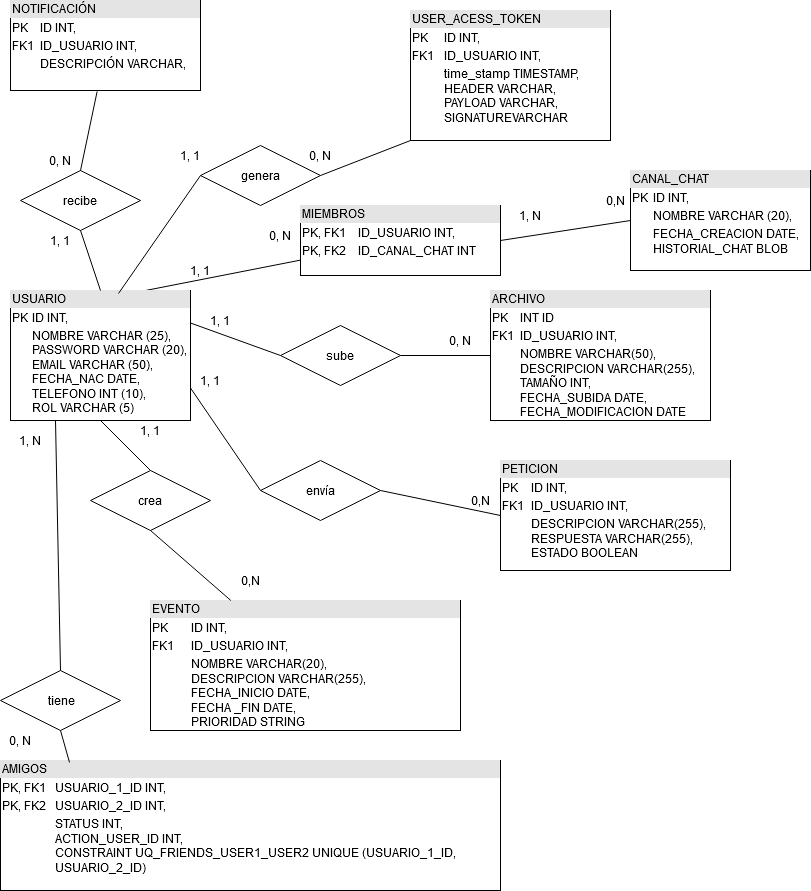
Earlier version of the draw.io export resources/modelo_datos_gamerHub.png (iesvi/proyecto-equipo-3). Source tidied: cells renumbered, new cells last; positions are measured from the earlier drawing's top-left corner, leaving out a move shared by most shapes.
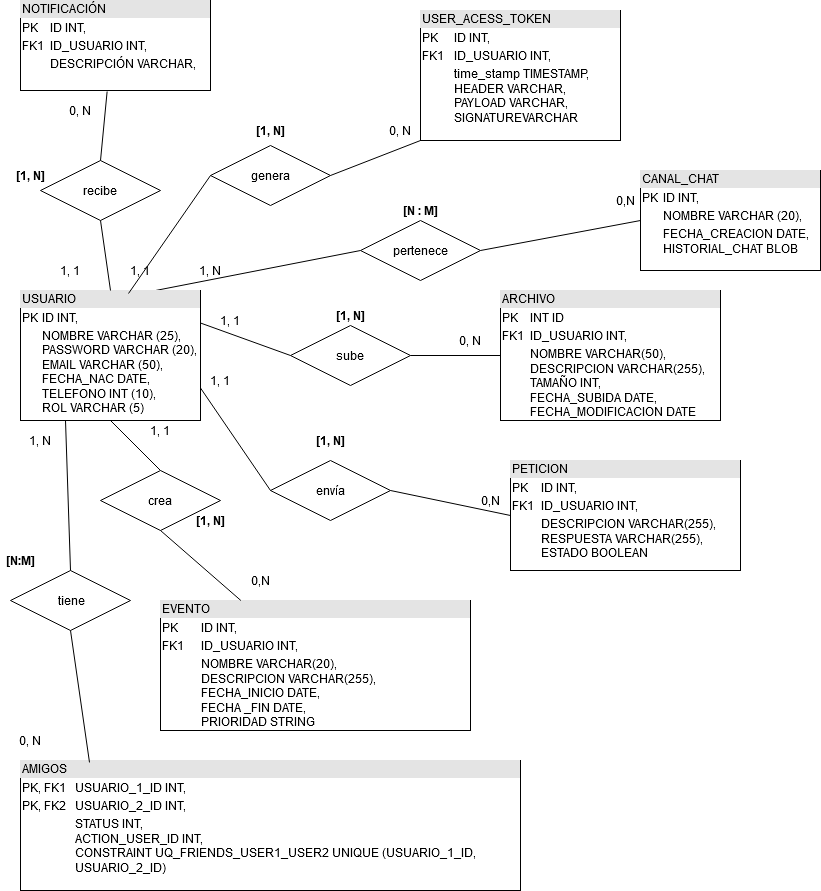
After the commit.

What changed in the source:
```diff
@@ -2,7 +2,7 @@
   <root>
     <mxCell id="0" />
     <mxCell id="1" parent="0" />
-    <mxCell id="2" style="edgeStyle=none;rounded=0;jettySize=auto;html=1;exitX=0.75;exitY=0;exitDx=0;exitDy=0;endArrow=none;endFill=0;" parent="1" edge="1" source="3" target="5">
+    <mxCell id="2" style="edgeStyle=none;rounded=0;jettySize=auto;html=1;exitX=0.75;exitY=0;exitDx=0;exitDy=0;endArrow=none;endFill=0;entryX=0;entryY=0.5;entryDx=0;entryDy=0;" parent="1" edge="1" source="3" target="49">
       <mxGeometry relative="1" as="geometry" />
     </mxCell>
     <mxCell id="3" value="&lt;div style=&quot;box-sizing: border-box ; width: 100% ; background: #e4e4e4 ; padding: 2px&quot;&gt;USUARIO&lt;/div&gt;&lt;table style=&quot;width: 100% ; font-size: 1em&quot; cellspacing=&quot;0&quot; cellpadding=&quot;2&quot;&gt;&lt;tbody&gt;&lt;tr&gt;&lt;td&gt;PK&lt;/td&gt;&lt;td&gt;ID INT,&lt;br&gt;&lt;/td&gt;&lt;/tr&gt;&lt;tr&gt;&lt;td&gt;&lt;br&gt;&lt;/td&gt;&lt;td&gt;NOMBRE VARCHAR (25),&lt;br&gt;PASSWORD VARCHAR (20),&lt;br&gt;EMAIL VARCHAR (50),&lt;br&gt;FECHA_NAC DATE,&lt;br&gt;TELEFONO INT (10),&lt;br&gt;ROL VARCHAR (5)&lt;br&gt;&lt;/td&gt;&lt;/tr&gt;&lt;tr&gt;&lt;td&gt;&lt;br&gt;&lt;/td&gt;&lt;td&gt;&lt;br&gt;&lt;/td&gt;&lt;/tr&gt;&lt;/tbody&gt;&lt;/table&gt;" style="verticalAlign=top;align=left;overflow=fill;html=1;" parent="1" vertex="1">
@@ -11,11 +11,8 @@
     <mxCell id="4" value="&lt;div style=&quot;box-sizing: border-box ; width: 100% ; background: #e4e4e4 ; padding: 2px&quot;&gt;CANAL_CHAT&lt;/div&gt;&lt;table style=&quot;width: 100% ; font-size: 1em&quot; cellspacing=&quot;0&quot; cellpadding=&quot;2&quot;&gt;&lt;tbody&gt;&lt;tr&gt;&lt;td&gt;PK&lt;/td&gt;&lt;td&gt;ID INT,&lt;br&gt;&lt;/td&gt;&lt;/tr&gt;&lt;tr&gt;&lt;td&gt;&lt;br&gt;&lt;/td&gt;&lt;td&gt;NOMBRE VARCHAR (20),&lt;br&gt;&lt;/td&gt;&lt;/tr&gt;&lt;tr&gt;&lt;td&gt;&lt;br&gt;&lt;/td&gt;&lt;td&gt;FECHA_CREACION DATE,&lt;br&gt;HISTORIAL_CHAT BLOB&lt;br&gt;&lt;/td&gt;&lt;/tr&gt;&lt;/tbody&gt;&lt;/table&gt;" style="verticalAlign=top;align=left;overflow=fill;html=1;" parent="1" vertex="1">
       <mxGeometry x="630" y="170" width="180" height="100" as="geometry" />
     </mxCell>
-    <mxCell id="5" value="&lt;div style=&quot;box-sizing: border-box ; width: 100% ; background: #e4e4e4 ; padding: 2px&quot;&gt;MIEMBROS&lt;/div&gt;&lt;table style=&quot;width: 100% ; font-size: 1em&quot; cellspacing=&quot;0&quot; cellpadding=&quot;2&quot;&gt;&lt;tbody&gt;&lt;tr&gt;&lt;td&gt;PK, FK1&lt;br&gt;&lt;/td&gt;&lt;td&gt;ID_USUARIO INT,&lt;br&gt;&lt;/td&gt;&lt;/tr&gt;&lt;tr&gt;&lt;td&gt;PK, FK2&lt;/td&gt;&lt;td&gt;ID_CANAL_CHAT INT&lt;br&gt;&lt;/td&gt;&lt;/tr&gt;&lt;tr&gt;&lt;td&gt;&lt;br&gt;&lt;/td&gt;&lt;td&gt;&lt;br&gt;&lt;/td&gt;&lt;/tr&gt;&lt;/tbody&gt;&lt;/table&gt;" style="verticalAlign=top;align=left;overflow=fill;html=1;" parent="1" vertex="1">
-      <mxGeometry x="300" y="205" width="200" height="70" as="geometry" />
-    </mxCell>
     <mxCell id="6" value="&lt;div style=&quot;box-sizing: border-box ; width: 100% ; background: #e4e4e4 ; padding: 2px&quot;&gt;AMIGOS&lt;/div&gt;&lt;table style=&quot;width: 100% ; font-size: 1em&quot; cellspacing=&quot;0&quot; cellpadding=&quot;2&quot;&gt;&lt;tbody&gt;&lt;tr&gt;&lt;td&gt;PK, FK1&lt;br&gt;&lt;/td&gt;&lt;td&gt;USUARIO_1_ID INT,&lt;br&gt;&lt;/td&gt;&lt;/tr&gt;&lt;tr&gt;&lt;td&gt;PK, FK2&lt;/td&gt;&lt;td&gt;USUARIO_2_ID INT,&lt;br&gt;&lt;/td&gt;&lt;/tr&gt;&lt;tr&gt;&lt;td&gt;&lt;br&gt;&lt;/td&gt;&lt;td&gt;STATUS INT,&lt;br&gt;ACTION_USER_ID INT,&lt;br&gt;CONSTRAINT UQ_FRIENDS_USER1_USER2 UNIQUE (USUARIO_1_ID,&lt;br&gt;USUARIO_2_ID)&lt;br&gt;&lt;/td&gt;&lt;/tr&gt;&lt;/tbody&gt;&lt;/table&gt;" style="verticalAlign=top;align=left;overflow=fill;html=1;" parent="1" vertex="1">
-      <mxGeometry y="760" width="500" height="130" as="geometry" />
+      <mxGeometry x="10" y="760" width="500" height="130" as="geometry" />
     </mxCell>
     <mxCell id="7" value="&lt;div style=&quot;box-sizing: border-box ; width: 100% ; background: #e4e4e4 ; padding: 2px&quot;&gt;EVENTO&lt;/div&gt;&lt;table style=&quot;width: 100% ; font-size: 1em&quot; cellspacing=&quot;0&quot; cellpadding=&quot;2&quot;&gt;&lt;tbody&gt;&lt;tr&gt;&lt;td&gt;PK&lt;/td&gt;&lt;td&gt;ID INT,&lt;br&gt;&lt;/td&gt;&lt;/tr&gt;&lt;tr&gt;&lt;td&gt;FK1&lt;/td&gt;&lt;td&gt;ID_USUARIO INT,&lt;br&gt;&lt;/td&gt;&lt;/tr&gt;&lt;tr&gt;&lt;td&gt;&lt;br&gt;&lt;/td&gt;&lt;td&gt;NOMBRE VARCHAR(20),&lt;br&gt;DESCRIPCION VARCHAR(255),&lt;br&gt;FECHA_INICIO DATE, &lt;br&gt;FECHA _FIN DATE,&lt;br&gt;PRIORIDAD STRING&lt;br&gt;&lt;/td&gt;&lt;/tr&gt;&lt;/tbody&gt;&lt;/table&gt;" style="verticalAlign=top;align=left;overflow=fill;html=1;" parent="1" vertex="1">
       <mxGeometry x="150" y="600" width="310" height="130" as="geometry" />
@@ -27,7 +24,7 @@
       <mxGeometry x="490" y="290" width="220" height="130" as="geometry" />
     </mxCell>
     <mxCell id="10" value="&amp;nbsp;tiene" style="shape=rhombus;perimeter=rhombusPerimeter;whiteSpace=wrap;html=1;align=center;" parent="1" vertex="1">
-      <mxGeometry y="670" width="120" height="60" as="geometry" />
+      <mxGeometry y="570" width="120" height="60" as="geometry" />
     </mxCell>
     <mxCell id="11" style="endArrow=none;html=1;rounded=0;exitX=0.5;exitY=1;exitDx=0;exitDy=0;entryX=0.138;entryY=0.015;entryDx=0;entryDy=0;entryPerimeter=0;" parent="1" edge="1" source="10" target="6">
       <mxGeometry relative="1" as="geometry" />
@@ -95,11 +92,11 @@
     <mxCell id="32" value="&lt;div style=&quot;box-sizing: border-box ; width: 100% ; background: #e4e4e4 ; padding: 2px&quot;&gt;USER_ACESS_TOKEN&lt;br&gt;&lt;/div&gt;&lt;table style=&quot;width: 100% ; font-size: 1em&quot; cellspacing=&quot;0&quot; cellpadding=&quot;2&quot;&gt;&lt;tbody&gt;&lt;tr&gt;&lt;td&gt;PK&lt;/td&gt;&lt;td&gt;ID INT,&lt;br&gt;&lt;/td&gt;&lt;/tr&gt;&lt;tr&gt;&lt;td&gt;FK1&lt;/td&gt;&lt;td&gt;ID_USUARIO INT,&lt;br&gt;&lt;/td&gt;&lt;/tr&gt;&lt;tr&gt;&lt;td&gt;&lt;br&gt;&lt;/td&gt;&lt;td&gt;time_stamp TIMESTAMP,&lt;br&gt;HEADER VARCHAR,&lt;br&gt;PAYLOAD VARCHAR,&lt;br&gt;SIGNATUREVARCHAR&lt;br&gt;&lt;/td&gt;&lt;/tr&gt;&lt;/tbody&gt;&lt;/table&gt;" style="verticalAlign=top;align=left;overflow=fill;html=1;" parent="1" vertex="1">
       <mxGeometry x="410" y="10" width="200" height="130" as="geometry" />
     </mxCell>
-    <mxCell id="33" style="edgeStyle=none;rounded=0;jettySize=auto;html=1;exitX=1;exitY=0.5;exitDx=0;exitDy=0;entryX=0;entryY=0.5;entryDx=0;entryDy=0;endArrow=none;endFill=0;" parent="1" edge="1" source="5" target="4">
+    <mxCell id="33" style="edgeStyle=none;rounded=0;jettySize=auto;html=1;exitX=1;exitY=0.5;exitDx=0;exitDy=0;entryX=0;entryY=0.5;entryDx=0;entryDy=0;endArrow=none;endFill=0;" parent="1" edge="1" source="49" target="4">
       <mxGeometry relative="1" as="geometry" />
     </mxCell>
     <mxCell id="34" value="recibe" style="shape=rhombus;perimeter=rhombusPerimeter;whiteSpace=wrap;html=1;align=center;" parent="1" vertex="1">
-      <mxGeometry x="20" y="170" width="120" height="60" as="geometry" />
+      <mxGeometry x="30" y="160" width="120" height="60" as="geometry" />
     </mxCell>
     <mxCell id="35" style="edgeStyle=none;rounded=0;jettySize=auto;html=1;exitX=0.5;exitY=0;exitDx=0;exitDy=0;entryX=0.5;entryY=1;entryDx=0;entryDy=0;endArrow=none;endFill=0;" parent="1" edge="1" source="3" target="34">
       <mxGeometry relative="1" as="geometry" />
@@ -108,22 +105,19 @@
       <mxGeometry relative="1" as="geometry" />
     </mxCell>
     <mxCell id="37" value="0, N" style="text;html=1;strokeColor=none;fillColor=none;align=center;verticalAlign=middle;whiteSpace=wrap;rounded=0;" parent="1" vertex="1">
-      <mxGeometry x="40" y="150" width="40" height="20" as="geometry" />
+      <mxGeometry x="50" y="100" width="40" height="20" as="geometry" />
     </mxCell>
     <mxCell id="38" value="1, 1" style="text;html=1;strokeColor=none;fillColor=none;align=center;verticalAlign=middle;whiteSpace=wrap;rounded=0;" parent="1" vertex="1">
-      <mxGeometry x="40" y="230" width="40" height="20" as="geometry" />
+      <mxGeometry x="40" y="260" width="40" height="20" as="geometry" />
     </mxCell>
-    <mxCell id="39" value="0, N" style="text;html=1;strokeColor=none;fillColor=none;align=center;verticalAlign=middle;whiteSpace=wrap;rounded=0;" parent="1" vertex="1">
-      <mxGeometry x="260" y="225" width="40" height="20" as="geometry" />
-    </mxCell>
-    <mxCell id="40" value="1, 1" style="text;html=1;strokeColor=none;fillColor=none;align=center;verticalAlign=middle;whiteSpace=wrap;rounded=0;" parent="1" vertex="1">
+    <mxCell id="40" value="1, N" style="text;html=1;strokeColor=none;fillColor=none;align=center;verticalAlign=middle;whiteSpace=wrap;rounded=0;" parent="1" vertex="1">
       <mxGeometry x="180" y="260" width="40" height="20" as="geometry" />
     </mxCell>
     <mxCell id="41" value="0,N" style="text;html=1;strokeColor=none;fillColor=none;align=center;verticalAlign=middle;whiteSpace=wrap;rounded=0;" parent="1" vertex="1">
       <mxGeometry x="595" y="190" width="40" height="20" as="geometry" />
     </mxCell>
-    <mxCell id="42" value="1, N" style="text;html=1;strokeColor=none;fillColor=none;align=center;verticalAlign=middle;whiteSpace=wrap;rounded=0;" parent="1" vertex="1">
-      <mxGeometry x="510" y="205" width="40" height="20" as="geometry" />
+    <mxCell id="42" value="&lt;b&gt;[N : M]&lt;/b&gt;" style="text;html=1;strokeColor=none;fillColor=none;align=center;verticalAlign=middle;whiteSpace=wrap;rounded=0;" parent="1" vertex="1">
+      <mxGeometry x="380" y="200" width="60" height="20" as="geometry" />
     </mxCell>
     <mxCell id="43" value="genera" style="shape=rhombus;perimeter=rhombusPerimeter;whiteSpace=wrap;html=1;align=center;" parent="1" vertex="1">
       <mxGeometry x="200" y="145" width="120" height="60" as="geometry" />
@@ -135,10 +129,31 @@
       <mxGeometry relative="1" as="geometry" />
     </mxCell>
     <mxCell id="46" value="0, N" style="text;html=1;strokeColor=none;fillColor=none;align=center;verticalAlign=middle;whiteSpace=wrap;rounded=0;" parent="1" vertex="1">
-      <mxGeometry x="300" y="145" width="40" height="20" as="geometry" />
+      <mxGeometry x="370" y="120" width="40" height="20" as="geometry" />
     </mxCell>
     <mxCell id="47" value="1, 1" style="text;html=1;strokeColor=none;fillColor=none;align=center;verticalAlign=middle;whiteSpace=wrap;rounded=0;" parent="1" vertex="1">
-      <mxGeometry x="170" y="145" width="40" height="20" as="geometry" />
+      <mxGeometry x="110" y="260" width="40" height="20" as="geometry" />
     </mxCell>
+    <mxCell id="48" value="&lt;b&gt;[1, N]&lt;/b&gt;" style="text;html=1;strokeColor=none;fillColor=none;align=center;verticalAlign=middle;whiteSpace=wrap;rounded=0;" parent="1" vertex="1">
+      <mxGeometry y="165" width="40" height="20" as="geometry" />
+    </mxCell>
+    <mxCell id="49" value="pertenece" style="shape=rhombus;perimeter=rhombusPerimeter;whiteSpace=wrap;html=1;align=center;" parent="1" vertex="1">
+      <mxGeometry x="350" y="220" width="120" height="60" as="geometry" />
+    </mxCell>
+    <mxCell id="50" value="&lt;b&gt;[1, N]&lt;/b&gt;" style="text;html=1;strokeColor=none;fillColor=none;align=center;verticalAlign=middle;whiteSpace=wrap;rounded=0;" parent="1" vertex="1">
+      <mxGeometry x="240" y="120" width="40" height="20" as="geometry" />
+    </mxCell>
+    <mxCell id="51" value="&lt;b&gt;[1, N]&lt;/b&gt;" style="text;html=1;strokeColor=none;fillColor=none;align=center;verticalAlign=middle;whiteSpace=wrap;rounded=0;" parent="1" vertex="1">
+      <mxGeometry x="320" y="305" width="40" height="20" as="geometry" />
+    </mxCell>
+    <mxCell id="52" value="&lt;b&gt;[1, N]&lt;/b&gt;" style="text;html=1;strokeColor=none;fillColor=none;align=center;verticalAlign=middle;whiteSpace=wrap;rounded=0;" parent="1" vertex="1">
+      <mxGeometry x="300" y="430" width="40" height="20" as="geometry" />
+    </mxCell>
+    <mxCell id="53" value="&lt;b&gt;[1, N]&lt;/b&gt;" style="text;html=1;strokeColor=none;fillColor=none;align=center;verticalAlign=middle;whiteSpace=wrap;rounded=0;" parent="1" vertex="1">
+      <mxGeometry x="180" y="510" width="40" height="20" as="geometry" />
+    </mxCell>
+    <mxCell id="54" value="&lt;b&gt;[N:M]&lt;/b&gt;" style="text;html=1;strokeColor=none;fillColor=none;align=center;verticalAlign=middle;whiteSpace=wrap;rounded=0;" parent="1" vertex="1">
+      <mxGeometry x="-10" y="550" width="40" height="20" as="geometry" />
+    </mxCell>
   </root>
 </mxGraphModel>
```
